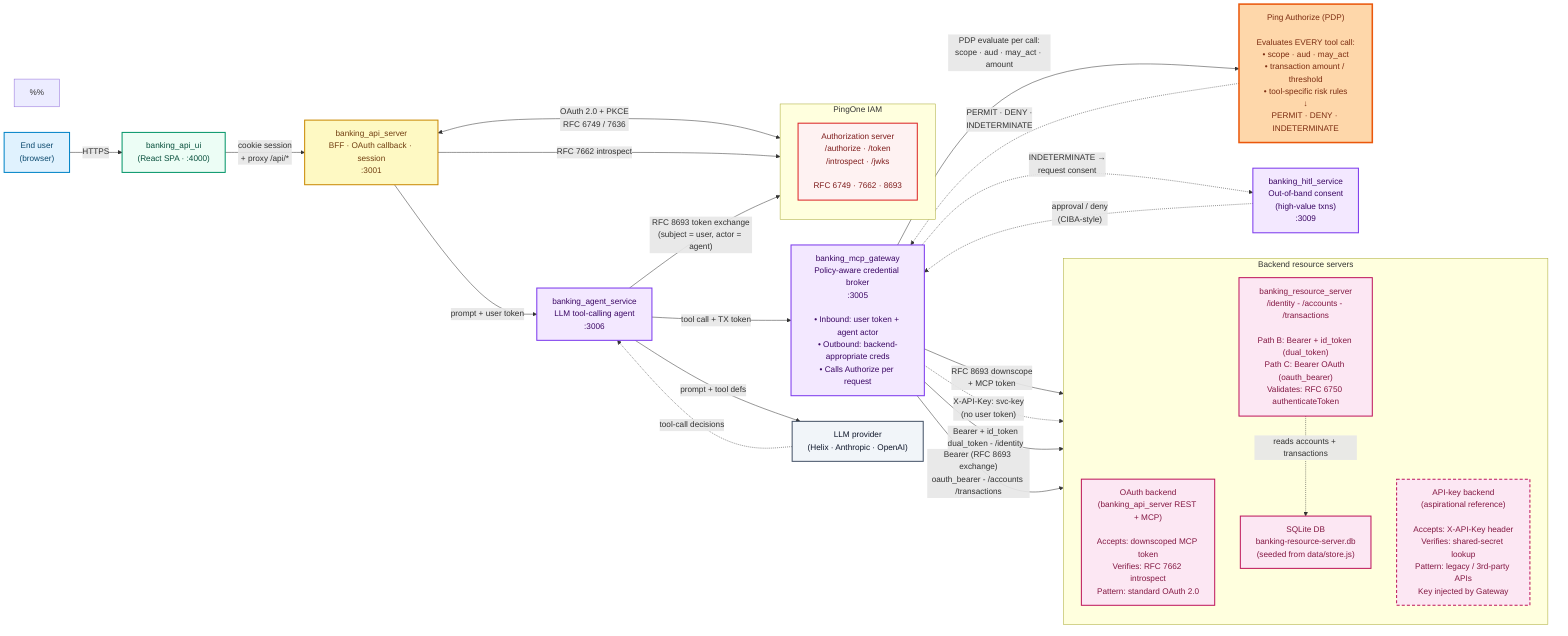
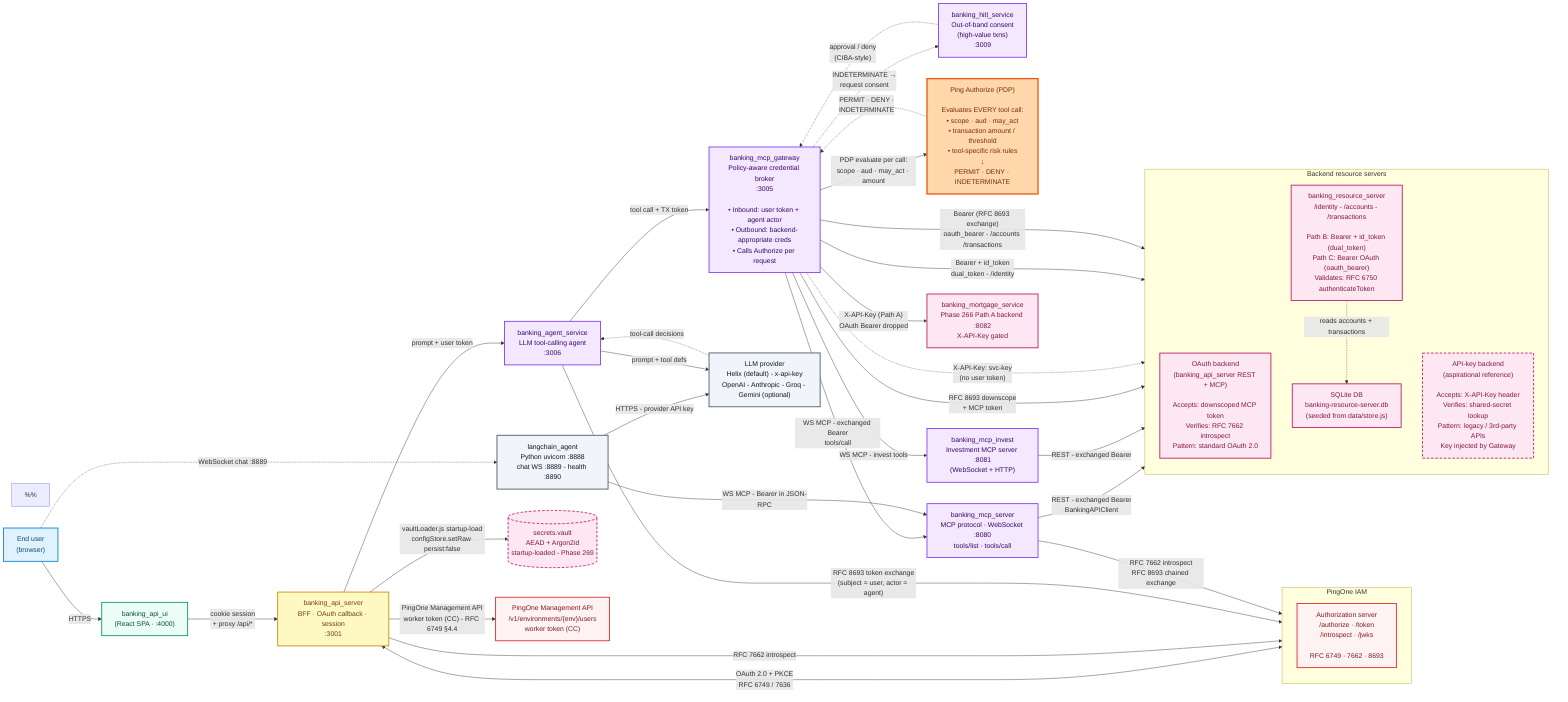
flowchart LR

    %% title: Banking Demo — Architecture (clean view)
    %% Simplified architecture diagram for /architecture/overview.
    %%
    %% Two notable layout decisions:
    %%
    %%   1. Ping Authorize is its OWN column between the Gateway and the
    %%      backends, not buried inside the PingOne cloud subgraph. Every
    %%      tool call is evaluated by Authorize, and the picture should
    %%      make that gate visible.
    %%
    %%   2. There are TWO backends on the far right:
    %%        - OAuth backend (current banking_api_server): forward the
    %%          downscoped MCP token, backend introspects.
    %%        - API-key backend (aspirational): Gateway swaps in a service
    %%          API key when calling — backend never sees a user token.
    %%          Drawn with a dashed border to signal "planned / reference",
    %%          not "live today".
    %%
    %% Regenerate the PNG with:
    %%   npm run build:diagrams -- overview
    %% or from the UI: /architecture/system → Regenerate this one (overview)

    %% ── Actors (browser side) ───────────────────────────────────────────
    User["End user<br/>(browser)"]

    %% ── Frontend ─────────────────────────────────────────────────────────
    UI["banking_api_ui<br/>(React SPA · :4000)"]

    %% ── BFF ──────────────────────────────────────────────────────────────
    BFF["banking_api_server<br/>BFF · OAuth callback · session<br/>:3001"]

    %% ── Agent service ───────────────────────────────────────────────────
    Agent["banking_agent_service<br/>LLM tool-calling agent<br/>:3006"]

    %% ── Policy-aware gateway (the credential broker) ───────────────────
    Gateway["banking_mcp_gateway<br/>Policy-aware credential broker<br/>:3005<br/><br/>• Inbound: user token + agent actor<br/>• Outbound: backend-appropriate creds<br/>• Calls Authorize per request"]

    %% ── Human-in-the-loop (out-of-band consent) ────────────────────────
    HITL["banking_hitl_service<br/>Out-of-band consent<br/>(high-value txns)<br/>:3009"]

    %% ── Ping Authorize: dedicated column for the policy gate ──────────
    Authorize["Ping Authorize (PDP)<br/><br/>Evaluates EVERY tool call:<br/>• scope · aud · may_act<br/>• transaction amount / threshold<br/>• tool-specific risk rules<br/>↓<br/>PERMIT · DENY · INDETERMINATE"]

+     %% ── Additional Node services (Phase 270 audit) ─────────────────────
+     MCPServer["banking_mcp_server<br/>MCP protocol · WebSocket :8080<br/>tools/list · tools/call"]
+     MCPInvest["banking_mcp_invest<br/>Investment MCP server :8081<br/>(WebSocket + HTTP)"]
+     Mortgage["banking_mortgage_service<br/>Phase 266 Path A backend :8082<br/>X-API-Key gated"]
+     LangChain["langchain_agent<br/>Python uvicorn :8888<br/>chat WS :8889 - health :8890"]
+     Vault[("secrets.vault<br/>AEAD + Argon2id<br/>startup-loaded - Phase 269")]
+     MgmtAPI["PingOne Management API<br/>/v1/environments/{env}/users<br/>worker token (CC)"]
+ 
    %% Phase 266 R2: three credential paths from the Gateway.
    %% Path A (api_key): Gateway-terminating swap, no backend call. RFC 6750 bearer dropped; X-API-Key injected.
    %% Path B (dual_token): Bearer + id_token forwarded to banking_resource_server /identity. RFC 8693 + RFC 8707 audience binding.
    %% Path C (oauth_bearer): RFC 8693 exchange, Bearer (new aud) to banking_resource_server /accounts /transactions.
    %% Paths B and C both terminate at the same banking_resource_server node at different routes.

    %% ── Two backends on the far right ─────────────────────────────────
    subgraph Backends["Backend resource servers"]
      direction TB
      OAuthRS["OAuth backend<br/>(banking_api_server REST + MCP)<br/><br/>Accepts: downscoped MCP token<br/>Verifies: RFC 7662 introspect<br/>Pattern: standard OAuth 2.0"]
      APIKeyRS["API-key backend<br/>(aspirational reference)<br/><br/>Accepts: X-API-Key header<br/>Verifies: shared-secret lookup<br/>Pattern: legacy / 3rd-party APIs<br/>Key injected by Gateway"]
      BankingRS["banking_resource_server<br/>/identity - /accounts - /transactions<br/><br/>Path B: Bearer + id_token (dual_token)<br/>Path C: Bearer OAuth (oauth_bearer)<br/>Validates: RFC 6750 authenticateToken"]
      SQLite["SQLite DB<br/>banking-resource-server.db<br/>(seeded from data/store.js)"]
    end

    %% ── PingOne IAM (auth server) ───────────────────────────────────────
    subgraph PingOne["PingOne IAM"]
      direction TB
      AS["Authorization server<br/>/authorize · /token<br/>/introspect · /jwks<br/><br/>RFC 6749 · 7662 · 8693"]
    end

    %% ── Optional LLMs ───────────────────────────────────────────────────
-     LLM["LLM provider<br/>(Helix · Anthropic · OpenAI)"]
+     LLM["LLM provider<br/>Helix (default) - x-api-key<br/>OpenAI - Anthropic - Groq - Gemini (optional)"]

    %% ── Flow: browser → SPA → BFF ──────────────────────────────────────
    User -->|HTTPS| UI
    UI -->|cookie session<br/>+ proxy /api/*| BFF

    %% ── BFF ↔ PingOne (OAuth handshakes) ───────────────────────────────
    BFF <-->|"OAuth 2.0 + PKCE<br/>RFC 6749 / 7636"| AS
    BFF -->|"RFC 7662 introspect"| AS

    %% ── Agent flow ─────────────────────────────────────────────────────
    BFF -->|"prompt + user token"| Agent
    Agent -->|"RFC 8693 token exchange<br/>(subject = user, actor = agent)"| AS
    Agent -->|"tool call + TX token"| Gateway
+ 
+     %% ── Phase 270: edges for newly-named services ─────────────────────
+     Gateway -->|"WS MCP - exchanged Bearer<br/>tools/call"| MCPServer
+     Gateway -->|"WS MCP - invest tools"| MCPInvest
+     Gateway -->|"X-API-Key (Path A)<br/>OAuth Bearer dropped"| Mortgage
+     MCPServer -->|"REST - exchanged Bearer<br/>BankingAPIClient"| OAuthRS
+     MCPServer -->|"RFC 7662 introspect<br/>RFC 8693 chained exchange"| AS
+     MCPInvest -->|"REST - exchanged Bearer"| OAuthRS
+     BFF -->|"PingOne Management API<br/>worker token (CC) - RFC 6749 §4.4"| MgmtAPI
+     BFF -->|"vaultLoader.js startup-load<br/>configStore.setRaw persist:false"| Vault
+     LangChain -->|"WS MCP - Bearer in JSON-RPC"| MCPServer
+     LangChain -->|"HTTPS - provider API key"| LLM
+     User -.->|"WebSocket chat :8889"| LangChain

    %% ── Gateway is the policy gate AND the credential broker ──────────
    Gateway -->|"PDP evaluate per call:<br/>scope · aud · may_act · amount"| Authorize
    Authorize -.->|"PERMIT · DENY ·<br/>INDETERMINATE"| Gateway

    %% ── Permitted → forwarded with the RIGHT credential per backend ───
    Gateway -->|"RFC 8693 downscope<br/>+ MCP token"| OAuthRS
    Gateway -.->|"X-API-Key: svc-key<br/>(no user token)"| APIKeyRS

    %% Phase 266 R2: Path B and Path C both reach banking_resource_server
    Gateway -->|"Bearer + id_token<br/>dual_token - /identity"| BankingRS
    Gateway -->|"Bearer (RFC 8693 exchange)<br/>oauth_bearer - /accounts /transactions"| BankingRS
    BankingRS -.->|"reads accounts + transactions"| SQLite

    %% ── INDETERMINATE → HITL out-of-band consent ──────────────────────
    Gateway -.->|"INDETERMINATE →<br/>request consent"| HITL
    HITL -.->|"approval / deny<br/>(CIBA-style)"| Gateway

    %% ── Agent talks to the LLM for tool-call decisions ────────────────
    Agent -->|"prompt + tool defs"| LLM
    LLM -.->|"tool-call decisions"| Agent

    %% ── Styling: one colour per tier so layers read at a glance ──────
    classDef user      fill:#e0f2fe,stroke:#0284c7,color:#0c4a6e,stroke-width:2px
    classDef frontend  fill:#ecfdf5,stroke:#059669,color:#064e3b,stroke-width:2px
    classDef bff       fill:#fef9c3,stroke:#ca8a04,color:#713f12,stroke-width:2px
    classDef tool      fill:#f3e8ff,stroke:#7c3aed,color:#3b0764,stroke-width:2px
    classDef authorize fill:#fed7aa,stroke:#ea580c,color:#7c2d12,stroke-width:3px
    classDef backend   fill:#fce7f3,stroke:#be185d,color:#831843,stroke-width:2px
    classDef planned   fill:#fce7f3,stroke:#be185d,color:#831843,stroke-width:2px,stroke-dasharray: 6 4
    classDef cloud     fill:#fef2f2,stroke:#dc2626,color:#7f1d1d,stroke-width:2px
    classDef external  fill:#f1f5f9,stroke:#475569,color:#0f172a,stroke-width:2px

    class User user
    class UI frontend
    class BFF bff
    class Agent,Gateway,HITL tool
    class Authorize authorize
    class OAuthRS backend
    class APIKeyRS planned
    class BankingRS backend
    class SQLite backend
    class AS cloud
    class LLM external
+     class MCPServer,MCPInvest tool
+     class Mortgage backend
+     class MgmtAPI cloud
+     class LangChain external
+     class Vault planned
